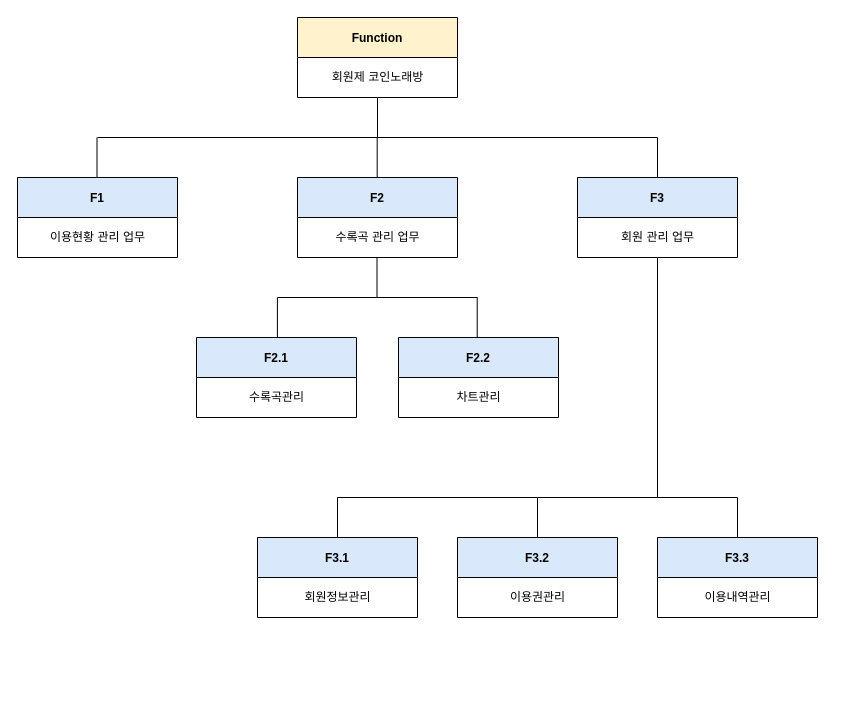
This is DB_Assignment_4.drawio from jskwak98/DB_Term_Project_Diagram, a draw.io file, before an edit. Source tidied: cells renumbered, new cells numbered last; positions are measured from the earlier drawing's top-left corner, leaving out a move shared by most shapes. Both pictures are drawn from the tidied source at 100%, with x=0, y=0 at pixel (17, 17).
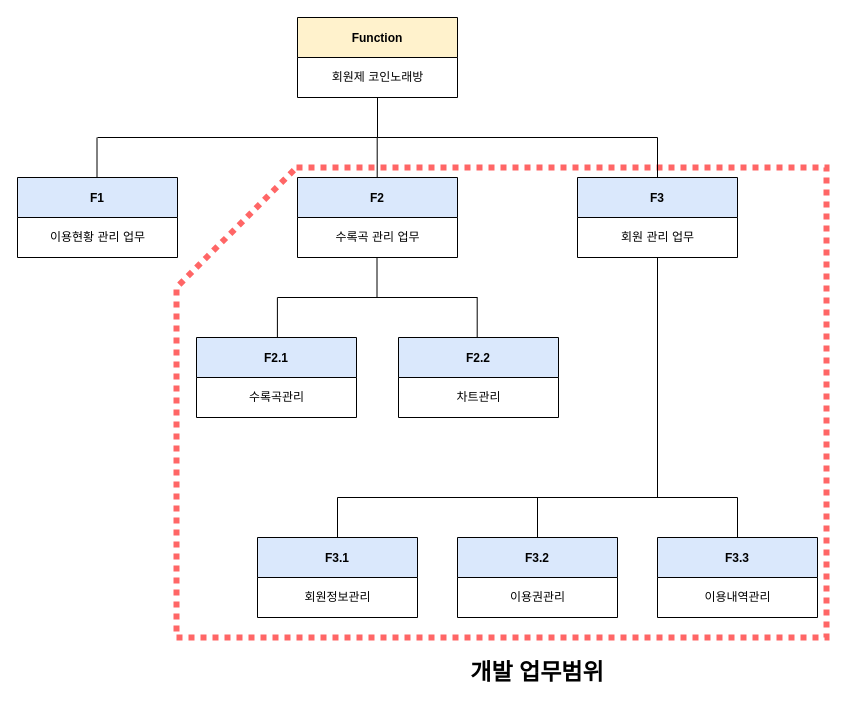
The same diagram, later.

What changed in the source:
```diff
@@
+    <mxCell id="35" style="shape=card;whiteSpace=wrap;html=1;strokeColor=#FF6666;size=120;dashed=1;dashPattern=1 1;strokeWidth=6;" parent="1" vertex="1">
+      <mxGeometry x="159" y="150" width="650" height="470" as="geometry" />
+    </mxCell>
@@
+    <mxCell id="36" value="&lt;b&gt;&lt;font style=&quot;font-size: 23px&quot;&gt;개발 업무범위&lt;/font&gt;&lt;/b&gt;" style="text;html=1;strokeColor=none;fillColor=none;align=center;verticalAlign=middle;whiteSpace=wrap;rounded=0;dashed=1;dashPattern=1 1;" parent="1" vertex="1">
+      <mxGeometry x="435" y="640" width="170" height="30" as="geometry" />
+    </mxCell>
```
